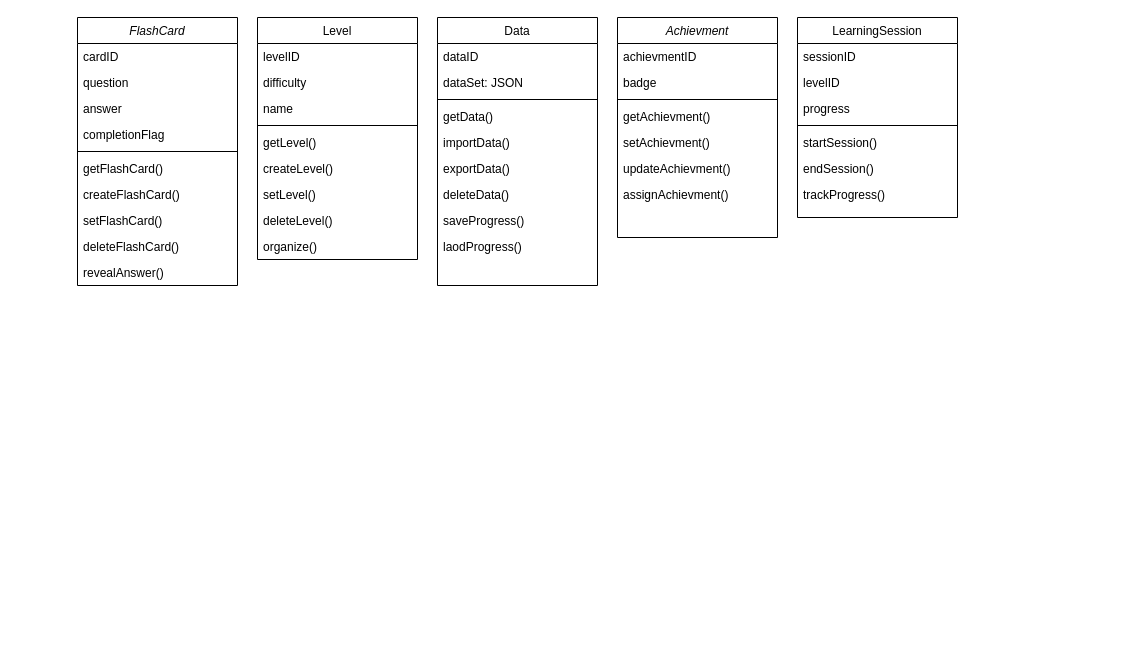
This is FlashCards.drawio from wasimic311/uml, a draw.io file, before an edit. Source tidied: cells renumbered, new cells numbered last; positions are measured from the earlier drawing's top-left corner, leaving out a move shared by most shapes. Both pictures are drawn from the tidied source at 100%, with x=0, y=0 at pixel (77, 17).
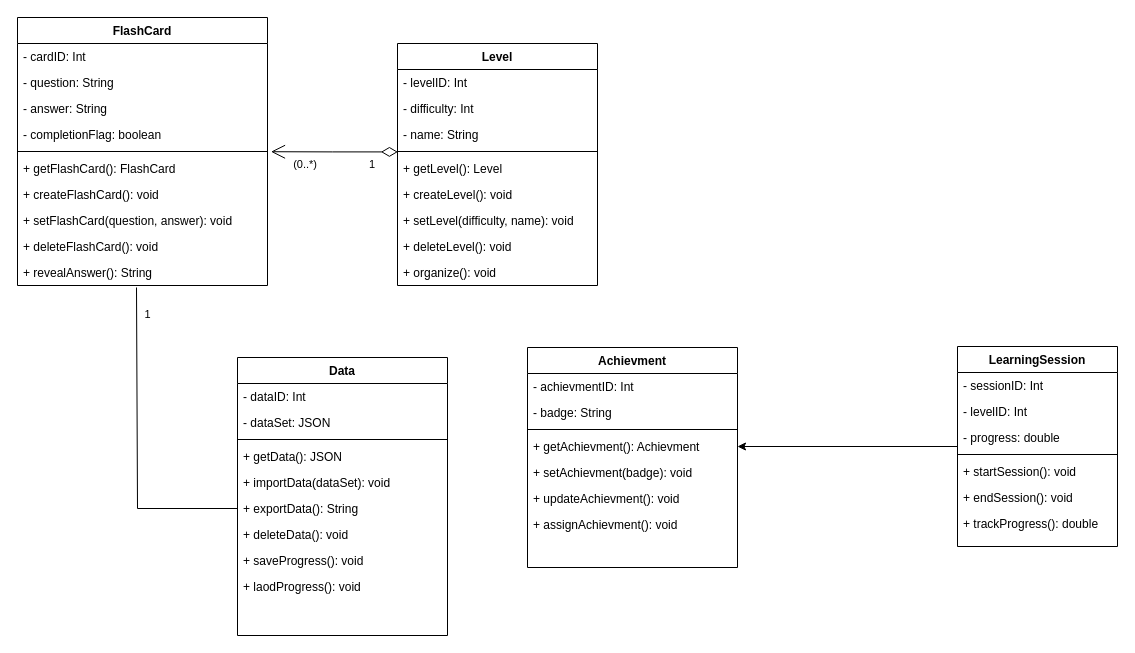
The same diagram, later.

What changed in the source:
```diff
@@
-    <mxCell id="2" value="FlashCard" style="swimlane;fontStyle=2;align=center;verticalAlign=top;horizontal=1;startSize=26;rounded=0;shadow=0;strokeWidth=1;" parent="1" vertex="1">
-      <mxGeometry width="160" height="268" as="geometry" />
+    <mxCell id="2" value="FlashCard" style="swimlane;fontStyle=1;align=center;verticalAlign=top;horizontal=1;startSize=26;rounded=0;shadow=0;strokeWidth=1;" parent="1" vertex="1">
+      <mxGeometry x="-60" width="250" height="268" as="geometry" />
     </mxCell>
-    <mxCell id="3" value="cardID" style="text;align=left;verticalAlign=top;spacingLeft=4;spacingRight=4;overflow=hidden;" parent="2" vertex="1">
-      <mxGeometry y="26" width="160" height="26" as="geometry" />
+    <mxCell id="3" value="- cardID: Int" style="text;align=left;verticalAlign=top;spacingLeft=4;spacingRight=4;overflow=hidden;" parent="2" vertex="1">
+      <mxGeometry y="26" width="250" height="26" as="geometry" />
     </mxCell>
-    <mxCell id="4" value="question" style="text;align=left;verticalAlign=top;spacingLeft=4;spacingRight=4;overflow=hidden;rounded=0;shadow=0;html=0;" parent="2" vertex="1">
-      <mxGeometry y="52" width="160" height="26" as="geometry" />
+    <mxCell id="4" value="- question: String" style="text;align=left;verticalAlign=top;spacingLeft=4;spacingRight=4;overflow=hidden;rounded=0;shadow=0;html=0;" parent="2" vertex="1">
+      <mxGeometry y="52" width="250" height="26" as="geometry" />
     </mxCell>
-    <mxCell id="5" value="answer" style="text;align=left;verticalAlign=top;spacingLeft=4;spacingRight=4;overflow=hidden;rounded=0;shadow=0;html=0;" parent="2" vertex="1">
-      <mxGeometry y="78" width="160" height="26" as="geometry" />
+    <mxCell id="5" value="- answer: String" style="text;align=left;verticalAlign=top;spacingLeft=4;spacingRight=4;overflow=hidden;rounded=0;shadow=0;html=0;" parent="2" vertex="1">
+      <mxGeometry y="78" width="250" height="26" as="geometry" />
     </mxCell>
-    <mxCell id="6" value="completionFlag" style="text;align=left;verticalAlign=top;spacingLeft=4;spacingRight=4;overflow=hidden;points=[[0,0.5],[1,0.5]];portConstraint=eastwest;rounded=0;shadow=0;html=0;" parent="2" vertex="1">
-      <mxGeometry y="104" width="160" height="26" as="geometry" />
+    <mxCell id="6" value="- completionFlag: boolean" style="text;align=left;verticalAlign=top;spacingLeft=4;spacingRight=4;overflow=hidden;points=[[0,0.5],[1,0.5]];portConstraint=eastwest;rounded=0;shadow=0;html=0;" parent="2" vertex="1">
+      <mxGeometry y="104" width="250" height="26" as="geometry" />
     </mxCell>
     <mxCell id="7" style="line;html=1;strokeWidth=1;align=left;verticalAlign=middle;spacingTop=-1;spacingLeft=3;spacingRight=3;labelPosition=right;" parent="2" vertex="1">
-      <mxGeometry y="130" width="160" height="8" as="geometry" />
+      <mxGeometry y="130" width="250" height="8" as="geometry" />
     </mxCell>
-    <mxCell id="8" value="getFlashCard()" style="text;align=left;verticalAlign=top;spacingLeft=4;spacingRight=4;overflow=hidden;" parent="2" vertex="1">
-      <mxGeometry y="138" width="160" height="26" as="geometry" />
+    <mxCell id="8" value="+ getFlashCard(): FlashCard" style="text;align=left;verticalAlign=top;spacingLeft=4;spacingRight=4;overflow=hidden;" parent="2" vertex="1">
+      <mxGeometry y="138" width="250" height="26" as="geometry" />
     </mxCell>
-    <mxCell id="9" value="createFlashCard()" style="text;align=left;verticalAlign=top;spacingLeft=4;spacingRight=4;overflow=hidden;" parent="2" vertex="1">
-      <mxGeometry y="164" width="160" height="26" as="geometry" />
+    <mxCell id="9" value="+ createFlashCard(): void" style="text;align=left;verticalAlign=top;spacingLeft=4;spacingRight=4;overflow=hidden;" parent="2" vertex="1">
+      <mxGeometry y="164" width="250" height="26" as="geometry" />
     </mxCell>
-    <mxCell id="10" value="setFlashCard()" style="text;align=left;verticalAlign=top;spacingLeft=4;spacingRight=4;overflow=hidden;" parent="2" vertex="1">
-      <mxGeometry y="190" width="160" height="26" as="geometry" />
+    <mxCell id="10" value="+ setFlashCard(question, answer): void" style="text;align=left;verticalAlign=top;spacingLeft=4;spacingRight=4;overflow=hidden;" parent="2" vertex="1">
+      <mxGeometry y="190" width="250" height="26" as="geometry" />
     </mxCell>
-    <mxCell id="11" value="deleteFlashCard()" style="text;align=left;verticalAlign=top;spacingLeft=4;spacingRight=4;overflow=hidden;" parent="2" vertex="1">
-      <mxGeometry y="216" width="160" height="26" as="geometry" />
+    <mxCell id="11" value="+ deleteFlashCard(): void" style="text;align=left;verticalAlign=top;spacingLeft=4;spacingRight=4;overflow=hidden;" parent="2" vertex="1">
+      <mxGeometry y="216" width="250" height="26" as="geometry" />
     </mxCell>
-    <mxCell id="12" value="revealAnswer()" style="text;align=left;verticalAlign=top;spacingLeft=4;spacingRight=4;overflow=hidden;points=[[0,0.5],[1,0.5]];portConstraint=eastwest;" parent="2" vertex="1">
-      <mxGeometry y="242" width="160" height="26" as="geometry" />
+    <mxCell id="12" value="+ revealAnswer(): String" style="text;align=left;verticalAlign=top;spacingLeft=4;spacingRight=4;overflow=hidden;points=[[0,0.5],[1,0.5]];portConstraint=eastwest;" parent="2" vertex="1">
+      <mxGeometry y="242" width="250" height="26" as="geometry" />
     </mxCell>
-    <mxCell id="13" value="Level" style="swimlane;fontStyle=0;align=center;verticalAlign=top;horizontal=1;startSize=26;rounded=0;shadow=0;strokeWidth=1;" parent="1" vertex="1">
-      <mxGeometry x="180" width="160" height="242" as="geometry" />
+    <mxCell id="13" value="Level" style="swimlane;fontStyle=1;align=center;verticalAlign=top;horizontal=1;startSize=26;rounded=0;shadow=0;strokeWidth=1;" parent="1" vertex="1">
+      <mxGeometry x="320" y="26" width="200" height="242" as="geometry" />
     </mxCell>
-    <mxCell id="14" value="levelID" style="text;align=left;verticalAlign=top;spacingLeft=4;spacingRight=4;overflow=hidden;" parent="13" vertex="1">
-      <mxGeometry y="26" width="160" height="26" as="geometry" />
+    <mxCell id="14" value="- levelID: Int" style="text;align=left;verticalAlign=top;spacingLeft=4;spacingRight=4;overflow=hidden;" parent="13" vertex="1">
+      <mxGeometry y="26" width="200" height="26" as="geometry" />
     </mxCell>
-    <mxCell id="15" value="difficulty" style="text;align=left;verticalAlign=top;spacingLeft=4;spacingRight=4;overflow=hidden;rounded=0;shadow=0;html=0;" parent="13" vertex="1">
-      <mxGeometry y="52" width="160" height="26" as="geometry" />
+    <mxCell id="15" value="- difficulty: Int" style="text;align=left;verticalAlign=top;spacingLeft=4;spacingRight=4;overflow=hidden;rounded=0;shadow=0;html=0;" parent="13" vertex="1">
+      <mxGeometry y="52" width="200" height="26" as="geometry" />
     </mxCell>
-    <mxCell id="16" value="name" style="text;align=left;verticalAlign=top;spacingLeft=4;spacingRight=4;overflow=hidden;rounded=0;shadow=0;html=0;" parent="13" vertex="1">
-      <mxGeometry y="78" width="160" height="26" as="geometry" />
+    <mxCell id="16" value="- name: String" style="text;align=left;verticalAlign=top;spacingLeft=4;spacingRight=4;overflow=hidden;rounded=0;shadow=0;html=0;" parent="13" vertex="1">
+      <mxGeometry y="78" width="200" height="26" as="geometry" />
     </mxCell>
     <mxCell id="17" style="line;html=1;strokeWidth=1;align=left;verticalAlign=middle;spacingTop=-1;spacingLeft=3;spacingRight=3;labelPosition=right;" parent="13" vertex="1">
-      <mxGeometry y="104" width="160" height="8" as="geometry" />
+      <mxGeometry y="104" width="200" height="8" as="geometry" />
     </mxCell>
-    <mxCell id="18" value="getLevel()" style="text;align=left;verticalAlign=top;spacingLeft=4;spacingRight=4;overflow=hidden;points=[[0,0.5],[1,0.5]];portConstraint=eastwest;" parent="13" vertex="1">
-      <mxGeometry y="112" width="160" height="26" as="geometry" />
+    <mxCell id="18" value="+ getLevel(): Level" style="text;align=left;verticalAlign=top;spacingLeft=4;spacingRight=4;overflow=hidden;points=[[0,0.5],[1,0.5]];portConstraint=eastwest;" parent="13" vertex="1">
+      <mxGeometry y="112" width="200" height="26" as="geometry" />
     </mxCell>
-    <mxCell id="19" value="createLevel()" style="text;align=left;verticalAlign=top;spacingLeft=4;spacingRight=4;overflow=hidden;" parent="13" vertex="1">
-      <mxGeometry y="138" width="160" height="26" as="geometry" />
+    <mxCell id="19" value="+ createLevel(): void" style="text;align=left;verticalAlign=top;spacingLeft=4;spacingRight=4;overflow=hidden;" parent="13" vertex="1">
+      <mxGeometry y="138" width="200" height="26" as="geometry" />
     </mxCell>
-    <mxCell id="20" value="setLevel()" style="text;align=left;verticalAlign=top;spacingLeft=4;spacingRight=4;overflow=hidden;" parent="13" vertex="1">
-      <mxGeometry y="164" width="160" height="26" as="geometry" />
+    <mxCell id="20" value="+ setLevel(difficulty, name): void" style="text;align=left;verticalAlign=top;spacingLeft=4;spacingRight=4;overflow=hidden;" parent="13" vertex="1">
+      <mxGeometry y="164" width="200" height="26" as="geometry" />
     </mxCell>
-    <mxCell id="21" value="deleteLevel()" style="text;align=left;verticalAlign=top;spacingLeft=4;spacingRight=4;overflow=hidden;" parent="13" vertex="1">
-      <mxGeometry y="190" width="160" height="26" as="geometry" />
+    <mxCell id="21" value="+ deleteLevel(): void" style="text;align=left;verticalAlign=top;spacingLeft=4;spacingRight=4;overflow=hidden;" parent="13" vertex="1">
+      <mxGeometry y="190" width="200" height="26" as="geometry" />
     </mxCell>
-    <mxCell id="22" value="organize()" style="text;align=left;verticalAlign=top;spacingLeft=4;spacingRight=4;overflow=hidden;" parent="13" vertex="1">
-      <mxGeometry y="216" width="160" height="26" as="geometry" />
+    <mxCell id="22" value="+ organize(): void" style="text;align=left;verticalAlign=top;spacingLeft=4;spacingRight=4;overflow=hidden;" parent="13" vertex="1">
+      <mxGeometry y="216" width="200" height="26" as="geometry" />
     </mxCell>
-    <mxCell id="23" value="Data" style="swimlane;fontStyle=0;align=center;verticalAlign=top;horizontal=1;startSize=26;rounded=0;shadow=0;strokeWidth=1;" parent="1" vertex="1">
-      <mxGeometry x="360" width="160" height="268" as="geometry" />
+    <mxCell id="23" value="Data" style="swimlane;fontStyle=1;align=center;verticalAlign=top;horizontal=1;startSize=26;rounded=0;shadow=0;strokeWidth=1;" parent="1" vertex="1">
+      <mxGeometry x="160" y="340" width="210" height="278" as="geometry" />
     </mxCell>
-    <mxCell id="24" value="dataID" style="text;align=left;verticalAlign=top;spacingLeft=4;spacingRight=4;overflow=hidden;" parent="23" vertex="1">
-      <mxGeometry y="26" width="160" height="26" as="geometry" />
+    <mxCell id="24" value="- dataID: Int" style="text;align=left;verticalAlign=top;spacingLeft=4;spacingRight=4;overflow=hidden;" parent="23" vertex="1">
+      <mxGeometry y="26" width="210" height="26" as="geometry" />
     </mxCell>
-    <mxCell id="25" value="dataSet: JSON" style="text;align=left;verticalAlign=top;spacingLeft=4;spacingRight=4;overflow=hidden;rounded=0;shadow=0;html=0;" parent="23" vertex="1">
-      <mxGeometry y="52" width="160" height="26" as="geometry" />
+    <mxCell id="25" value="- dataSet: JSON" style="text;align=left;verticalAlign=top;spacingLeft=4;spacingRight=4;overflow=hidden;rounded=0;shadow=0;html=0;" parent="23" vertex="1">
+      <mxGeometry y="52" width="210" height="26" as="geometry" />
     </mxCell>
     <mxCell id="26" style="line;html=1;strokeWidth=1;align=left;verticalAlign=middle;spacingTop=-1;spacingLeft=3;spacingRight=3;labelPosition=right;" parent="23" vertex="1">
-      <mxGeometry y="78" width="160" height="8" as="geometry" />
+      <mxGeometry y="78" width="210" height="8" as="geometry" />
     </mxCell>
-    <mxCell id="27" value="getData()" style="text;align=left;verticalAlign=top;spacingLeft=4;spacingRight=4;overflow=hidden;" parent="23" vertex="1">
-      <mxGeometry y="86" width="160" height="26" as="geometry" />
+    <mxCell id="27" value="+ getData(): JSON" style="text;align=left;verticalAlign=top;spacingLeft=4;spacingRight=4;overflow=hidden;" parent="23" vertex="1">
+      <mxGeometry y="86" width="210" height="26" as="geometry" />
     </mxCell>
-    <mxCell id="28" value="importData()" style="text;align=left;verticalAlign=top;spacingLeft=4;spacingRight=4;overflow=hidden;" parent="23" vertex="1">
-      <mxGeometry y="112" width="160" height="26" as="geometry" />
+    <mxCell id="28" value="+ importData(dataSet): void" style="text;align=left;verticalAlign=top;spacingLeft=4;spacingRight=4;overflow=hidden;" parent="23" vertex="1">
+      <mxGeometry y="112" width="210" height="26" as="geometry" />
     </mxCell>
-    <mxCell id="29" value="exportData()" style="text;align=left;verticalAlign=top;spacingLeft=4;spacingRight=4;overflow=hidden;points=[[0,0.5],[1,0.5]];portConstraint=eastwest;" parent="23" vertex="1">
-      <mxGeometry y="138" width="160" height="26" as="geometry" />
+    <mxCell id="29" value="+ exportData(): String" style="text;align=left;verticalAlign=top;spacingLeft=4;spacingRight=4;overflow=hidden;points=[[0,0.5],[1,0.5]];portConstraint=eastwest;" parent="23" vertex="1">
+      <mxGeometry y="138" width="210" height="26" as="geometry" />
     </mxCell>
-    <mxCell id="30" value="deleteData()" style="text;align=left;verticalAlign=top;spacingLeft=4;spacingRight=4;overflow=hidden;" parent="23" vertex="1">
-      <mxGeometry y="164" width="160" height="26" as="geometry" />
+    <mxCell id="30" value="+ deleteData(): void" style="text;align=left;verticalAlign=top;spacingLeft=4;spacingRight=4;overflow=hidden;" parent="23" vertex="1">
+      <mxGeometry y="164" width="210" height="26" as="geometry" />
     </mxCell>
-    <mxCell id="31" value="saveProgress()" style="text;align=left;verticalAlign=top;spacingLeft=4;spacingRight=4;overflow=hidden;" parent="23" vertex="1">
-      <mxGeometry y="190" width="160" height="26" as="geometry" />
+    <mxCell id="31" value="+ saveProgress(): void" style="text;align=left;verticalAlign=top;spacingLeft=4;spacingRight=4;overflow=hidden;" parent="23" vertex="1">
+      <mxGeometry y="190" width="210" height="26" as="geometry" />
     </mxCell>
-    <mxCell id="32" value="laodProgress()" style="text;align=left;verticalAlign=top;spacingLeft=4;spacingRight=4;overflow=hidden;" parent="23" vertex="1">
-      <mxGeometry y="216" width="160" height="26" as="geometry" />
+    <mxCell id="32" value="+ laodProgress(): void" style="text;align=left;verticalAlign=top;spacingLeft=4;spacingRight=4;overflow=hidden;" parent="23" vertex="1">
+      <mxGeometry y="216" width="210" height="26" as="geometry" />
     </mxCell>
-    <mxCell id="33" value="Achievment" style="swimlane;fontStyle=2;align=center;verticalAlign=top;horizontal=1;startSize=26;rounded=0;shadow=0;strokeWidth=1;" parent="1" vertex="1">
-      <mxGeometry x="540" width="160" height="220" as="geometry" />
+    <mxCell id="33" value="Achievment" style="swimlane;fontStyle=1;align=center;verticalAlign=top;horizontal=1;startSize=26;rounded=0;shadow=0;strokeWidth=1;" parent="1" vertex="1">
+      <mxGeometry x="450" y="330" width="210" height="220" as="geometry" />
     </mxCell>
-    <mxCell id="34" value="achievmentID" style="text;align=left;verticalAlign=top;spacingLeft=4;spacingRight=4;overflow=hidden;" parent="33" vertex="1">
-      <mxGeometry y="26" width="160" height="26" as="geometry" />
+    <mxCell id="34" value="- achievmentID: Int" style="text;align=left;verticalAlign=top;spacingLeft=4;spacingRight=4;overflow=hidden;" parent="33" vertex="1">
+      <mxGeometry y="26" width="210" height="26" as="geometry" />
     </mxCell>
-    <mxCell id="35" value="badge" style="text;align=left;verticalAlign=top;spacingLeft=4;spacingRight=4;overflow=hidden;rounded=0;shadow=0;html=0;" parent="33" vertex="1">
-      <mxGeometry y="52" width="160" height="26" as="geometry" />
+    <mxCell id="35" value="- badge: String" style="text;align=left;verticalAlign=top;spacingLeft=4;spacingRight=4;overflow=hidden;rounded=0;shadow=0;html=0;" parent="33" vertex="1">
+      <mxGeometry y="52" width="210" height="26" as="geometry" />
     </mxCell>
     <mxCell id="36" style="line;html=1;strokeWidth=1;align=left;verticalAlign=middle;spacingTop=-1;spacingLeft=3;spacingRight=3;labelPosition=right;" parent="33" vertex="1">
-      <mxGeometry y="78" width="160" height="8" as="geometry" />
+      <mxGeometry y="78" width="210" height="8" as="geometry" />
     </mxCell>
-    <mxCell id="37" value="getAchievment()" style="text;align=left;verticalAlign=top;spacingLeft=4;spacingRight=4;overflow=hidden;points=[[0,0.5],[1,0.5]];portConstraint=eastwest;" parent="33" vertex="1">
-      <mxGeometry y="86" width="160" height="26" as="geometry" />
+    <mxCell id="37" value="+ getAchievment(): Achievment" style="text;align=left;verticalAlign=top;spacingLeft=4;spacingRight=4;overflow=hidden;points=[[0,0.5],[1,0.5]];portConstraint=eastwest;" parent="33" vertex="1">
+      <mxGeometry y="86" width="210" height="26" as="geometry" />
     </mxCell>
-    <mxCell id="38" value="setAchievment()" style="text;align=left;verticalAlign=top;spacingLeft=4;spacingRight=4;overflow=hidden;" parent="33" vertex="1">
-      <mxGeometry y="112" width="160" height="26" as="geometry" />
+    <mxCell id="38" value="+ setAchievment(badge): void" style="text;align=left;verticalAlign=top;spacingLeft=4;spacingRight=4;overflow=hidden;" parent="33" vertex="1">
+      <mxGeometry y="112" width="210" height="26" as="geometry" />
     </mxCell>
-    <mxCell id="39" value="updateAchievment()" style="text;align=left;verticalAlign=top;spacingLeft=4;spacingRight=4;overflow=hidden;" parent="33" vertex="1">
-      <mxGeometry y="138" width="160" height="26" as="geometry" />
+    <mxCell id="39" value="+ updateAchievment(): void" style="text;align=left;verticalAlign=top;spacingLeft=4;spacingRight=4;overflow=hidden;" parent="33" vertex="1">
+      <mxGeometry y="138" width="210" height="26" as="geometry" />
     </mxCell>
-    <mxCell id="40" value="assignAchievment()" style="text;align=left;verticalAlign=top;spacingLeft=4;spacingRight=4;overflow=hidden;" parent="33" vertex="1">
-      <mxGeometry y="164" width="160" height="26" as="geometry" />
+    <mxCell id="40" value="+ assignAchievment(): void" style="text;align=left;verticalAlign=top;spacingLeft=4;spacingRight=4;overflow=hidden;" parent="33" vertex="1">
+      <mxGeometry y="164" width="210" height="26" as="geometry" />
     </mxCell>
+    <mxCell id="49" style="edgeStyle=orthogonalEdgeStyle;rounded=0;jettySize=auto;html=1;entryX=1;entryY=0.5;entryDx=0;entryDy=0;" parent="1" edge="1" source="41" target="37">
+      <mxGeometry relative="1" as="geometry" />
+    </mxCell>
-    <mxCell id="41" value="LearningSession" style="swimlane;fontStyle=0;align=center;verticalAlign=top;horizontal=1;startSize=26;rounded=0;shadow=0;strokeWidth=1;" parent="1" vertex="1">
-      <mxGeometry x="720" width="160" height="200" as="geometry" />
+    <mxCell id="41" value="LearningSession" style="swimlane;fontStyle=1;align=center;verticalAlign=top;horizontal=1;startSize=26;rounded=0;shadow=0;strokeWidth=1;" parent="1" vertex="1">
+      <mxGeometry x="880" y="329" width="160" height="200" as="geometry" />
     </mxCell>
-    <mxCell id="42" value="sessionID" style="text;align=left;verticalAlign=top;spacingLeft=4;spacingRight=4;overflow=hidden;" parent="41" vertex="1">
+    <mxCell id="42" value="- sessionID: Int" style="text;align=left;verticalAlign=top;spacingLeft=4;spacingRight=4;overflow=hidden;" parent="41" vertex="1">
       <mxGeometry y="26" width="160" height="26" as="geometry" />
     </mxCell>
-    <mxCell id="43" value="levelID" style="text;align=left;verticalAlign=top;spacingLeft=4;spacingRight=4;overflow=hidden;rounded=0;shadow=0;html=0;" parent="41" vertex="1">
+    <mxCell id="43" value="- levelID: Int" style="text;align=left;verticalAlign=top;spacingLeft=4;spacingRight=4;overflow=hidden;rounded=0;shadow=0;html=0;" parent="41" vertex="1">
       <mxGeometry y="52" width="160" height="26" as="geometry" />
     </mxCell>
-    <mxCell id="44" value="progress" style="text;align=left;verticalAlign=top;spacingLeft=4;spacingRight=4;overflow=hidden;rounded=0;shadow=0;html=0;" parent="41" vertex="1">
+    <mxCell id="44" value="- progress: double" style="text;align=left;verticalAlign=top;spacingLeft=4;spacingRight=4;overflow=hidden;rounded=0;shadow=0;html=0;" parent="41" vertex="1">
       <mxGeometry y="78" width="160" height="26" as="geometry" />
     </mxCell>
@@
-    <mxCell id="46" value="startSession()" style="text;align=left;verticalAlign=top;spacingLeft=4;spacingRight=4;overflow=hidden;" parent="41" vertex="1">
+    <mxCell id="46" value="+ startSession(): void" style="text;align=left;verticalAlign=top;spacingLeft=4;spacingRight=4;overflow=hidden;" parent="41" vertex="1">
       <mxGeometry y="112" width="160" height="26" as="geometry" />
     </mxCell>
-    <mxCell id="47" value="endSession()" style="text;align=left;verticalAlign=top;spacingLeft=4;spacingRight=4;overflow=hidden;" parent="41" vertex="1">
+    <mxCell id="47" value="+ endSession(): void" style="text;align=left;verticalAlign=top;spacingLeft=4;spacingRight=4;overflow=hidden;" parent="41" vertex="1">
       <mxGeometry y="138" width="160" height="26" as="geometry" />
     </mxCell>
-    <mxCell id="48" value="trackProgress()" style="text;align=left;verticalAlign=top;spacingLeft=4;spacingRight=4;overflow=hidden;" parent="41" vertex="1">
+    <mxCell id="48" value="+ trackProgress(): double" style="text;align=left;verticalAlign=top;spacingLeft=4;spacingRight=4;overflow=hidden;" parent="41" vertex="1">
       <mxGeometry y="164" width="160" height="26" as="geometry" />
     </mxCell>
+    <mxCell id="50" style="endArrow=open;html=1;endSize=12;startArrow=diamondThin;startSize=14;startFill=0;edgeStyle=orthogonalEdgeStyle;rounded=0;entryX=1.014;entryY=1.162;entryDx=0;entryDy=0;entryPerimeter=0;exitX=0.002;exitY=-0.138;exitDx=0;exitDy=0;exitPerimeter=0;" parent="1" edge="1" source="18" target="6">
+      <mxGeometry relative="1" as="geometry" />
+    </mxCell>
+    <mxCell id="51" value="1" style="edgeLabel;html=1;align=left;verticalAlign=top;" parent="50" vertex="1">
+      <mxGeometry x="-1" relative="1" as="geometry">
+        <mxPoint x="-30" as="offset" />
+      </mxGeometry>
+    </mxCell>
+    <mxCell id="52" value="(0..*)" style="edgeLabel;html=1;align=right;verticalAlign=top;" parent="50" vertex="1">
+      <mxGeometry x="1" relative="1" as="geometry">
+        <mxPoint x="46" as="offset" />
+      </mxGeometry>
+    </mxCell>
+    <mxCell id="53" style="endArrow=none;html=1;rounded=0;entryX=0;entryY=0.5;entryDx=0;entryDy=0;exitX=0.476;exitY=1.077;exitDx=0;exitDy=0;exitPerimeter=0;" parent="1" edge="1" source="12" target="29">
+      <mxGeometry relative="1" as="geometry">
+        <Array as="points">
+          <mxPoint x="60" y="491" />
+        </Array>
+      </mxGeometry>
+    </mxCell>
+    <mxCell id="54" value="1" style="edgeLabel;html=1;align=center;verticalAlign=middle;" parent="53" vertex="1">
+      <mxGeometry x="-0.83" y="1" relative="1" as="geometry">
+        <mxPoint x="9" as="offset" />
+      </mxGeometry>
+    </mxCell>
```
